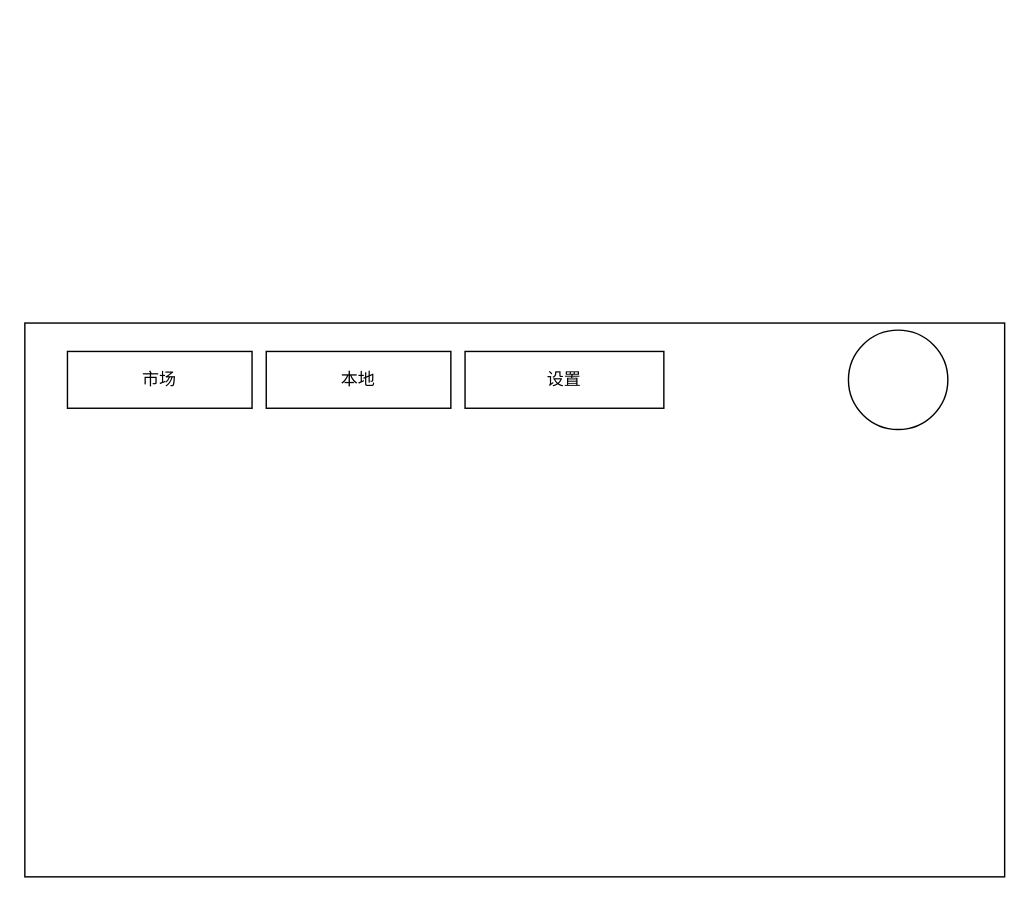
Before: plugin-box.drawio in heyingjiee/draw, a draw.io diagram. Source tidied: cells renumbered, new cells numbered last; positions are measured from the earlier drawing's top-left corner, leaving out a move shared by most shapes. Both pictures are drawn from the tidied source at 142%, with x=0, y=0 at pixel (24, 322).
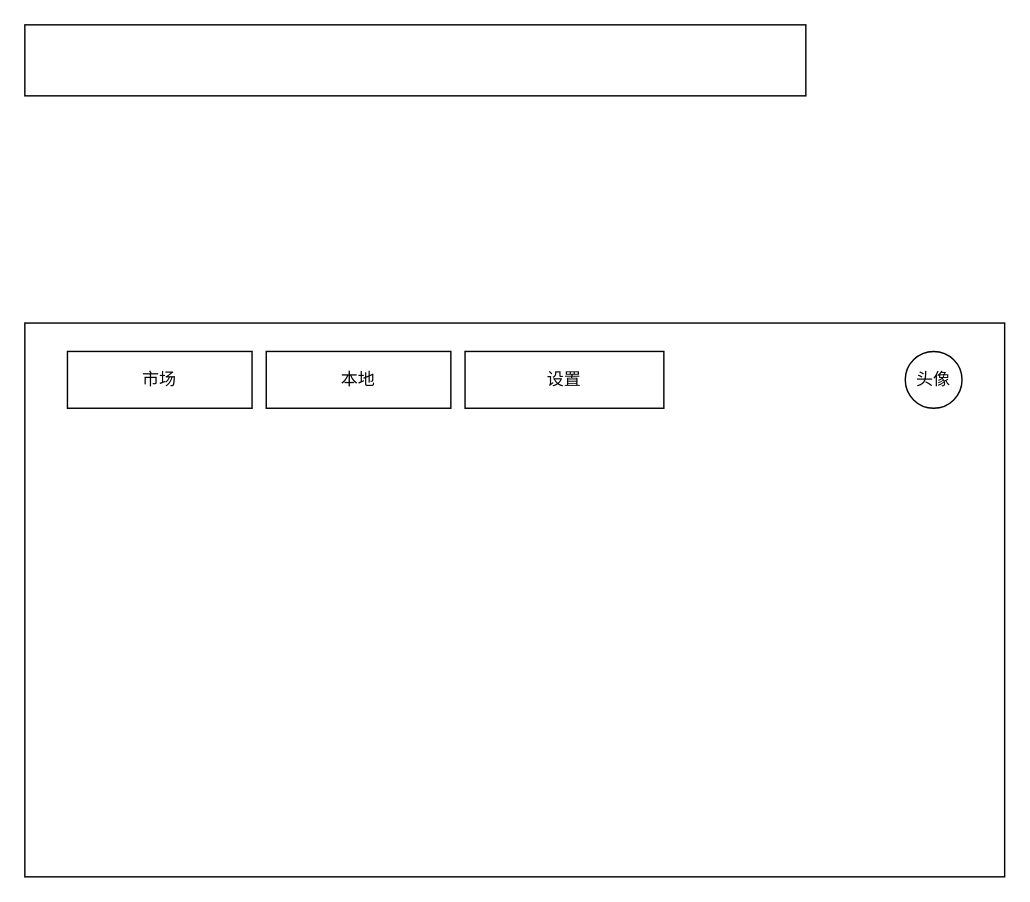
After the change.

Diff of the diagram source:
```diff
@@
 <mxGraphModel background="#ffffff">
   <root>
     <mxCell id="0" />
     <mxCell id="1" parent="0" />
     <mxCell id="2" style="rounded=0;whiteSpace=wrap;html=1;" parent="1" vertex="1">
       <mxGeometry width="690" height="390" as="geometry" />
     </mxCell>
     <mxCell id="3" value="市场" style="rounded=0;whiteSpace=wrap;html=1;" parent="1" vertex="1">
       <mxGeometry x="30" y="20" width="130" height="40" as="geometry" />
     </mxCell>
     <mxCell id="4" value="本地" style="rounded=0;whiteSpace=wrap;html=1;" parent="1" vertex="1">
       <mxGeometry x="170" y="20" width="130" height="40" as="geometry" />
     </mxCell>
     <mxCell id="5" value="设置" style="rounded=0;whiteSpace=wrap;html=1;" parent="1" vertex="1">
       <mxGeometry x="310" y="20" width="140" height="40" as="geometry" />
     </mxCell>
-    <mxCell id="6" style="ellipse;whiteSpace=wrap;html=1;" parent="1" vertex="1">
-      <mxGeometry x="580" y="5" width="70" height="70" as="geometry" />
+    <mxCell id="6" value="头像" style="ellipse;whiteSpace=wrap;html=1;" parent="1" vertex="1">
+      <mxGeometry x="620" y="20" width="40" height="40" as="geometry" />
     </mxCell>
+    <mxCell id="7" style="rounded=0;whiteSpace=wrap;html=1;" parent="1" vertex="1">
+      <mxGeometry y="-210" width="550" height="50" as="geometry" />
+    </mxCell>
   </root>
 </mxGraphModel>
```
